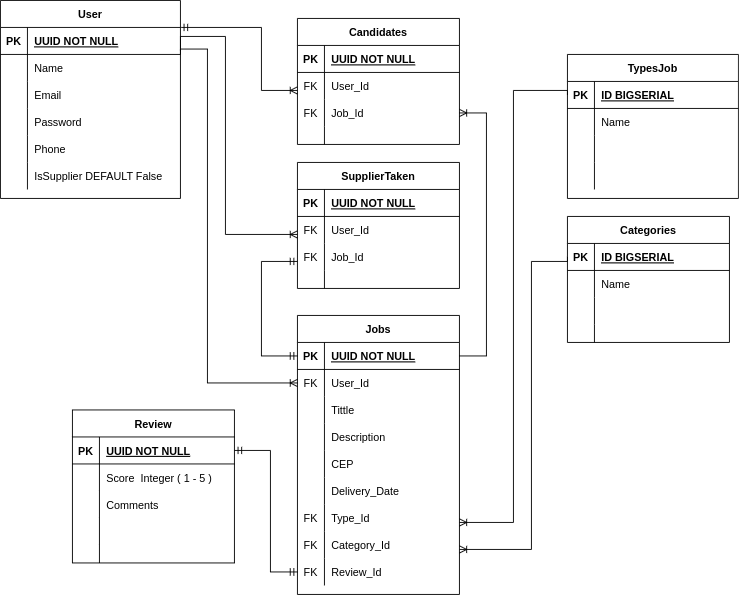
The draw.io diagram DigramsCapstone.drawio.png in leonardomarchioro/capstone-m4, before a commit. Source tidied: cells renumbered, new cells last; positions are measured from the earlier drawing's top-left corner, leaving out a move shared by most shapes.
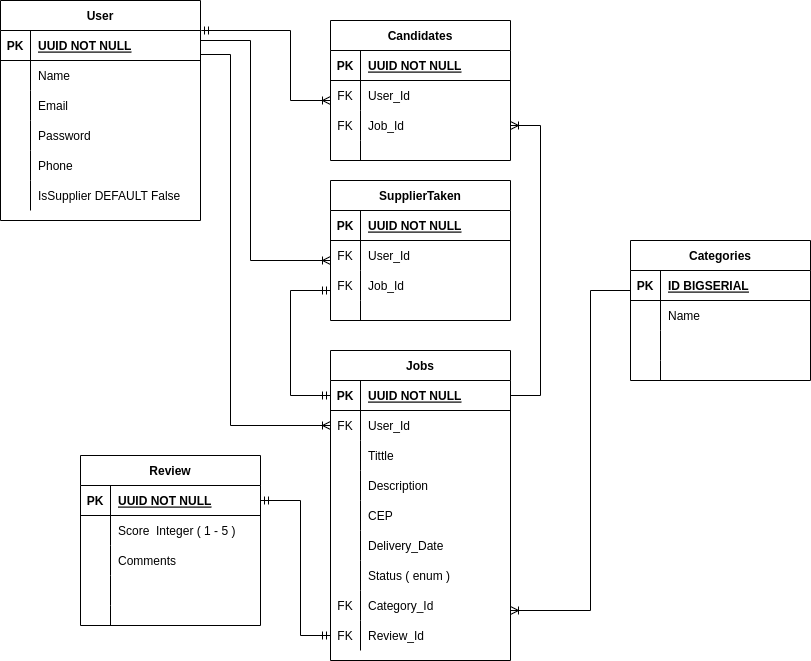
The same file after the commit.

Diff of the diagram source:
```diff
@@ -119,10 +119,10 @@
     <mxCell id="40" style="shape=tableRow;horizontal=0;startSize=0;swimlaneHead=0;swimlaneBody=0;fillColor=none;top=0;left=0;right=0;bottom=0;" parent="21" vertex="1">
       <mxGeometry y="210" width="180" height="30" as="geometry" />
     </mxCell>
-    <mxCell id="41" value="FK" style="shape=partialRectangle;fillColor=none;top=0;left=0;bottom=0;right=0;overflow=hidden;" parent="40" vertex="1">
+    <mxCell id="41" style="shape=partialRectangle;fillColor=none;top=0;left=0;bottom=0;right=0;overflow=hidden;" parent="40" vertex="1">
       <mxGeometry width="30" height="30" as="geometry" />
     </mxCell>
-    <mxCell id="42" value="Type_Id" style="shape=partialRectangle;fillColor=none;top=0;left=0;bottom=0;right=0;align=left;spacingLeft=6;overflow=hidden;" parent="40" vertex="1">
+    <mxCell id="42" value="Status ( enum )" style="shape=partialRectangle;fillColor=none;top=0;left=0;bottom=0;right=0;align=left;spacingLeft=6;overflow=hidden;" parent="40" vertex="1">
       <mxGeometry x="30" width="150" height="30" as="geometry" />
     </mxCell>
     <mxCell id="43" style="shape=tableRow;horizontal=0;startSize=0;swimlaneHead=0;swimlaneBody=0;fillColor=none;top=0;left=0;right=0;bottom=0;" parent="21" vertex="1">
@@ -143,45 +143,6 @@
     <mxCell id="48" value="Review_Id" style="shape=partialRectangle;fillColor=none;top=0;left=0;bottom=0;right=0;align=left;spacingLeft=6;overflow=hidden;" parent="46" vertex="1">
       <mxGeometry x="30" width="150" height="30" as="geometry" />
     </mxCell>
-    <mxCell id="49" value="TypesJob" style="shape=table;startSize=30;rowLines=0;fontStyle=1;align=center;" parent="1" vertex="1">
-      <mxGeometry x="630" y="60" width="190" height="160" as="geometry" />
-    </mxCell>
-    <mxCell id="50" style="shape=tableRow;horizontal=0;startSize=0;swimlaneHead=0;swimlaneBody=0;fillColor=none;points=[[0,0.5],[1,0.5]];portConstraint=eastwest;top=0;left=0;right=0;bottom=1;" parent="49" vertex="1">
-      <mxGeometry y="30" width="190" height="30" as="geometry" />
-    </mxCell>
-    <mxCell id="51" value="PK" style="shape=partialRectangle;fillColor=none;top=0;left=0;bottom=0;right=0;fontStyle=1;overflow=hidden;" parent="50" vertex="1">
-      <mxGeometry width="30" height="30" as="geometry" />
-    </mxCell>
-    <mxCell id="52" value="ID BIGSERIAL" style="shape=partialRectangle;fillColor=none;top=0;left=0;bottom=0;right=0;align=left;spacingLeft=6;fontStyle=5;overflow=hidden;" parent="50" vertex="1">
-      <mxGeometry x="30" width="160" height="30" as="geometry" />
-    </mxCell>
-    <mxCell id="53" style="shape=tableRow;horizontal=0;startSize=0;swimlaneHead=0;swimlaneBody=0;fillColor=none;top=0;left=0;right=0;bottom=0;" parent="49" vertex="1">
-      <mxGeometry y="60" width="190" height="30" as="geometry" />
-    </mxCell>
-    <mxCell id="54" style="shape=partialRectangle;fillColor=none;top=0;left=0;bottom=0;right=0;overflow=hidden;" parent="53" vertex="1">
-      <mxGeometry width="30" height="30" as="geometry" />
-    </mxCell>
-    <mxCell id="55" value="Name " style="shape=partialRectangle;fillColor=none;top=0;left=0;bottom=0;right=0;align=left;spacingLeft=6;overflow=hidden;" parent="53" vertex="1">
-      <mxGeometry x="30" width="160" height="30" as="geometry" />
-    </mxCell>
-    <mxCell id="56" style="shape=tableRow;horizontal=0;startSize=0;swimlaneHead=0;swimlaneBody=0;fillColor=none;top=0;left=0;right=0;bottom=0;" parent="49" vertex="1">
-      <mxGeometry y="90" width="190" height="30" as="geometry" />
-    </mxCell>
-    <mxCell id="57" style="shape=partialRectangle;fillColor=none;top=0;left=0;bottom=0;right=0;overflow=hidden;" parent="56" vertex="1">
-      <mxGeometry width="30" height="30" as="geometry" />
-    </mxCell>
-    <mxCell id="58" style="shape=partialRectangle;fillColor=none;top=0;left=0;bottom=0;right=0;align=left;spacingLeft=6;overflow=hidden;" parent="56" vertex="1">
-      <mxGeometry x="30" width="160" height="30" as="geometry" />
-    </mxCell>
-    <mxCell id="59" style="shape=tableRow;horizontal=0;startSize=0;swimlaneHead=0;swimlaneBody=0;fillColor=none;top=0;left=0;right=0;bottom=0;" parent="49" vertex="1">
-      <mxGeometry y="120" width="190" height="30" as="geometry" />
-    </mxCell>
-    <mxCell id="60" style="shape=partialRectangle;fillColor=none;top=0;left=0;bottom=0;right=0;overflow=hidden;" parent="59" vertex="1">
-      <mxGeometry width="30" height="30" as="geometry" />
-    </mxCell>
-    <mxCell id="61" style="shape=partialRectangle;fillColor=none;top=0;left=0;bottom=0;right=0;align=left;spacingLeft=6;overflow=hidden;" parent="59" vertex="1">
-      <mxGeometry x="30" width="160" height="30" as="geometry" />
-    </mxCell>
     <mxCell id="62" value="Categories" style="shape=table;startSize=30;rowLines=0;fontStyle=1;align=center;" parent="1" vertex="1">
       <mxGeometry x="630" y="240" width="180" height="140" as="geometry" />
     </mxCell>
@@ -370,16 +331,6 @@
         </Array>
       </mxGeometry>
     </mxCell>
-    <mxCell id="120" style="edgeStyle=orthogonalEdgeStyle;fontSize=12;html=1;endArrow=ERoneToMany;rounded=0;jumpStyle=none;exitX=0;exitY=0.5;exitDx=0;exitDy=0;" parent="1" edge="1" source="50">
-      <mxGeometry relative="1" as="geometry">
-        <mxPoint x="510" y="580" as="targetPoint" />
-        <Array as="points">
-          <mxPoint x="630" y="100" />
-          <mxPoint x="570" y="100" />
-          <mxPoint x="570" y="580" />
-        </Array>
-      </mxGeometry>
-    </mxCell>
     <mxCell id="121" style="edgeStyle=orthogonalEdgeStyle;fontSize=12;html=1;endArrow=ERoneToMany;rounded=0;jumpStyle=none;exitX=0;exitY=0.5;exitDx=0;exitDy=0;" parent="1" edge="1" source="63">
       <mxGeometry relative="1" as="geometry">
         <mxPoint x="510" y="610" as="targetPoint" />
```
